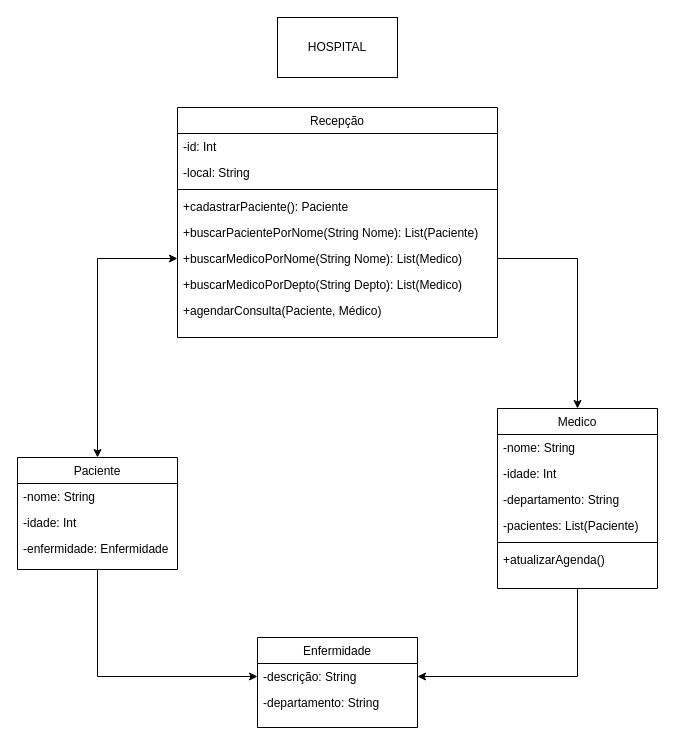
Above: Engenharia de Software/sistema_uml.drawio in aleclr/bertoti (draw.io), before the change. Source tidied: cells renumbered, new cells numbered last; positions are measured from the earlier drawing's top-left corner, leaving out a move shared by most shapes. Both pictures are drawn from the tidied source at 100%, with x=0, y=0 at pixel (17, 17).
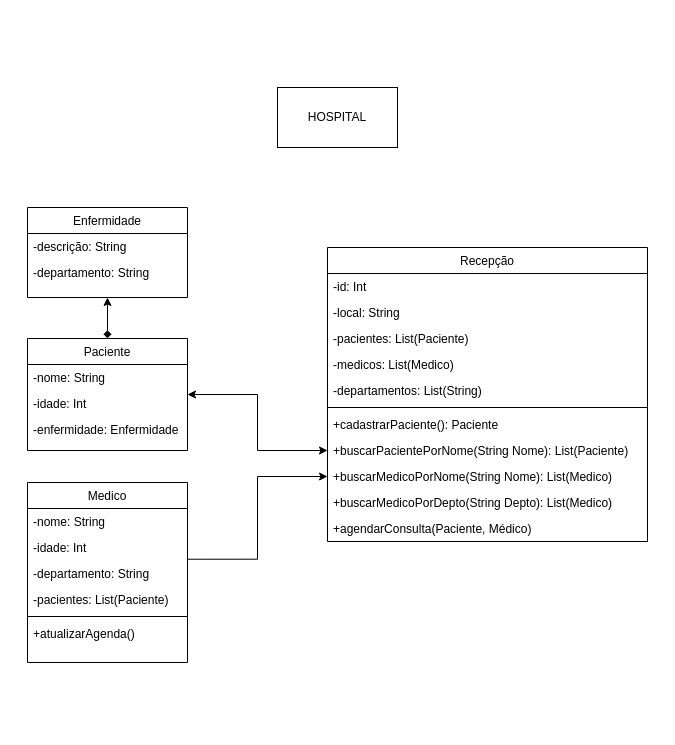
The same page after the edit.

Commit message (it also covers changes not shown here):
Segunda versão diagrama de classe UML hospital

The change refers to these unchanged cells:
```xml
<mxCell id="21" value="-departamento: String" style="text;align=left;verticalAlign=top;spacingLeft=4;spacingRight=4;overflow=hidden;points=[[0,0.5],[1,0.5]];portConstraint=eastwest;rounded=0;shadow=0;html=0;" parent="18" vertex="1">
  <mxGeometry y="78" width="160" height="26" as="geometry" />
</mxCell>
<mxCell id="27" value="-descrição: String" style="text;align=left;verticalAlign=top;spacingLeft=4;spacingRight=4;overflow=hidden;points=[[0,0.5],[1,0.5]];portConstraint=eastwest;" parent="26" vertex="1">
  <mxGeometry y="26" width="160" height="26" as="geometry" />
</mxCell>
```

The edit, as a diff of the source:
```diff
@@
-    <mxCell id="2" style="edgeStyle=orthogonalEdgeStyle;rounded=0;jettySize=auto;html=1;" parent="1" edge="1" source="4" target="27">
-      <mxGeometry relative="1" as="geometry" />
-    </mxCell>
-    <mxCell id="3" style="edgeStyle=orthogonalEdgeStyle;rounded=0;jettySize=auto;html=1;entryX=0;entryY=0.5;entryDx=0;entryDy=0;startArrow=classic;startFill=1;" parent="1" edge="1" source="4" target="14">
-      <mxGeometry relative="1" as="geometry" />
-    </mxCell>
+    <mxCell id="30" style="edgeStyle=orthogonalEdgeStyle;rounded=0;jettySize=auto;html=1;entryX=0.5;entryY=1;entryDx=0;entryDy=0;startArrow=diamond;startFill=1;" parent="1" edge="1" source="4" target="26">
+      <mxGeometry relative="1" as="geometry" />
+    </mxCell>
+    <mxCell id="31" style="edgeStyle=orthogonalEdgeStyle;rounded=0;jettySize=auto;html=1;entryX=0;entryY=0.5;entryDx=0;entryDy=0;startArrow=classic;startFill=1;" parent="1" edge="1" source="4" target="13">
+      <mxGeometry relative="1" as="geometry" />
+    </mxCell>
     <mxCell id="4" value="Paciente" style="swimlane;fontStyle=0;align=center;verticalAlign=top;horizontal=1;startSize=26;rounded=0;shadow=0;strokeWidth=1;" parent="1" vertex="1">
-      <mxGeometry y="440" width="160" height="112" as="geometry" />
+      <mxGeometry x="10" y="321" width="160" height="112" as="geometry" />
     </mxCell>
@@
     <mxCell id="8" value="Recepção" style="swimlane;fontStyle=0;align=center;verticalAlign=top;horizontal=1;startSize=26;rounded=0;shadow=0;strokeWidth=1;" parent="1" vertex="1">
-      <mxGeometry x="160" y="90" width="320" height="230" as="geometry" />
+      <mxGeometry x="310" y="230" width="320" height="294" as="geometry" />
     </mxCell>
@@
+    <mxCell id="32" value="-pacientes: List(Paciente)" style="text;align=left;verticalAlign=top;spacingLeft=4;spacingRight=4;overflow=hidden;" parent="8" vertex="1">
+      <mxGeometry y="78" width="320" height="26" as="geometry" />
+    </mxCell>
+    <mxCell id="33" value="-medicos: List(Medico)" style="text;align=left;verticalAlign=top;spacingLeft=4;spacingRight=4;overflow=hidden;rounded=0;shadow=0;html=0;" parent="8" vertex="1">
+      <mxGeometry y="104" width="320" height="26" as="geometry" />
+    </mxCell>
+    <mxCell id="34" value="-departamentos: List(String)" style="text;align=left;verticalAlign=top;spacingLeft=4;spacingRight=4;overflow=hidden;rounded=0;shadow=0;html=0;" parent="8" vertex="1">
+      <mxGeometry y="130" width="320" height="26" as="geometry" />
+    </mxCell>
     <mxCell id="11" style="line;html=1;strokeWidth=1;align=left;verticalAlign=middle;spacingTop=-1;spacingLeft=3;spacingRight=3;labelPosition=right;" parent="8" vertex="1">
-      <mxGeometry y="78" width="320" height="8" as="geometry" />
+      <mxGeometry y="156" width="320" height="8" as="geometry" />
     </mxCell>
     <mxCell id="12" value="+cadastrarPaciente(): Paciente" style="text;align=left;verticalAlign=top;spacingLeft=4;spacingRight=4;overflow=hidden;" parent="8" vertex="1">
-      <mxGeometry y="86" width="320" height="26" as="geometry" />
+      <mxGeometry y="164" width="320" height="26" as="geometry" />
     </mxCell>
     <mxCell id="13" value="+buscarPacientePorNome(String Nome): List(Paciente)" style="text;align=left;verticalAlign=top;spacingLeft=4;spacingRight=4;overflow=hidden;points=[[0,0.5],[1,0.5]];portConstraint=eastwest;" parent="8" vertex="1">
-      <mxGeometry y="112" width="320" height="26" as="geometry" />
+      <mxGeometry y="190" width="320" height="26" as="geometry" />
     </mxCell>
     <mxCell id="14" value="+buscarMedicoPorNome(String Nome): List(Medico)" style="text;align=left;verticalAlign=top;spacingLeft=4;spacingRight=4;overflow=hidden;points=[[0,0.5],[1,0.5]];portConstraint=eastwest;" parent="8" vertex="1">
-      <mxGeometry y="138" width="320" height="26" as="geometry" />
+      <mxGeometry y="216" width="320" height="26" as="geometry" />
     </mxCell>
     <mxCell id="15" value="+buscarMedicoPorDepto(String Depto): List(Medico)" style="text;align=left;verticalAlign=top;spacingLeft=4;spacingRight=4;overflow=hidden;" parent="8" vertex="1">
-      <mxGeometry y="164" width="320" height="26" as="geometry" />
+      <mxGeometry y="242" width="320" height="26" as="geometry" />
     </mxCell>
     <mxCell id="16" value="+agendarConsulta(Paciente, Médico)" style="text;align=left;verticalAlign=top;spacingLeft=4;spacingRight=4;overflow=hidden;" parent="8" vertex="1">
-      <mxGeometry y="190" width="320" height="26" as="geometry" />
+      <mxGeometry y="268" width="320" height="26" as="geometry" />
     </mxCell>
-    <mxCell id="17" style="edgeStyle=orthogonalEdgeStyle;rounded=0;jettySize=auto;html=1;entryX=1;entryY=0.5;entryDx=0;entryDy=0;" parent="1" edge="1" source="18" target="27">
-      <mxGeometry relative="1" as="geometry" />
-    </mxCell>
+    <mxCell id="35" style="edgeStyle=orthogonalEdgeStyle;rounded=0;jettySize=auto;html=1;entryX=0;entryY=0.5;entryDx=0;entryDy=0;exitX=1;exitY=-0.049;exitDx=0;exitDy=0;exitPerimeter=0;" parent="1" edge="1" source="21" target="14">
+      <mxGeometry relative="1" as="geometry" />
+    </mxCell>
     <mxCell id="18" value="Medico" style="swimlane;fontStyle=0;align=center;verticalAlign=top;horizontal=1;startSize=26;rounded=0;shadow=0;strokeWidth=1;" parent="1" vertex="1">
-      <mxGeometry x="480" y="391" width="160" height="180" as="geometry" />
+      <mxGeometry x="10" y="465" width="160" height="180" as="geometry" />
     </mxCell>
@@
     <mxCell id="25" value="HOSPITAL" style="whiteSpace=wrap;html=1;" parent="1" vertex="1">
-      <mxGeometry x="260" width="120" height="60" as="geometry" />
+      <mxGeometry x="260" y="70" width="120" height="60" as="geometry" />
     </mxCell>
     <mxCell id="26" value="Enfermidade" style="swimlane;fontStyle=0;align=center;verticalAlign=top;horizontal=1;startSize=26;rounded=0;shadow=0;strokeWidth=1;" parent="1" vertex="1">
-      <mxGeometry x="240" y="620" width="160" height="90" as="geometry" />
+      <mxGeometry x="10" y="190" width="160" height="90" as="geometry" />
     </mxCell>
@@
-    <mxCell id="29" style="edgeStyle=orthogonalEdgeStyle;rounded=0;jettySize=auto;html=1;entryX=0.5;entryY=0;entryDx=0;entryDy=0;" parent="1" edge="1" source="14" target="18">
-      <mxGeometry relative="1" as="geometry" />
-    </mxCell>
```
